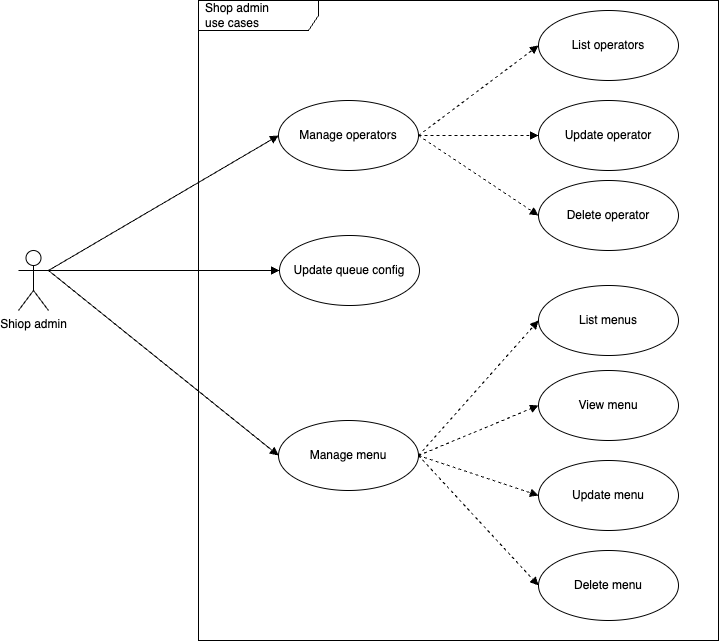
Earlier version of the draw.io export solution-design/use_cases_shop_admin.png (ngocthonguyen/digital_coffee). Source tidied: cells renumbered, new cells last; positions are measured from the earlier drawing's top-left corner, leaving out a move shared by most shapes. Its diagram source:
```xml
<mxGraphModel>
  <root>
    <mxCell id="0" />
    <mxCell id="1" parent="0" />
    <mxCell id="2" value="Shop admin&lt;br&gt;use cases" style="shape=umlFrame;whiteSpace=wrap;html=1;width=120;height=30;boundedLbl=1;verticalAlign=middle;align=left;spacingLeft=5;" parent="1" vertex="1">
      <mxGeometry x="180" width="520" height="640" as="geometry" />
    </mxCell>
    <mxCell id="3" value="Shiop admin" style="shape=umlActor;verticalLabelPosition=bottom;verticalAlign=top;html=1;outlineConnect=0;" parent="1" vertex="1">
      <mxGeometry y="250" width="30" height="60" as="geometry" />
    </mxCell>
    <mxCell id="4" value="Manage menu" style="ellipse;whiteSpace=wrap;html=1;" parent="1" vertex="1">
      <mxGeometry x="260" y="420" width="140" height="70" as="geometry" />
    </mxCell>
    <mxCell id="5" style="edgeStyle=orthogonalEdgeStyle;rounded=0;orthogonalLoop=1;jettySize=auto;html=1;exitX=0.5;exitY=1;exitDx=0;exitDy=0;" parent="1" edge="1" source="4" target="4">
      <mxGeometry relative="1" as="geometry" />
    </mxCell>
    <mxCell id="6" value="Manage operators" style="ellipse;whiteSpace=wrap;html=1;" parent="1" vertex="1">
      <mxGeometry x="260" y="100" width="140" height="70" as="geometry" />
    </mxCell>
    <mxCell id="7" value="Update queue config" style="ellipse;whiteSpace=wrap;html=1;" parent="1" vertex="1">
      <mxGeometry x="261" y="235" width="140" height="70" as="geometry" />
    </mxCell>
    <mxCell id="8" style="html=1;verticalAlign=bottom;labelBackgroundColor=none;endArrow=block;endFill=1;rounded=0;entryX=0;entryY=0.5;entryDx=0;entryDy=0;exitX=1;exitY=0.3333333333333333;exitDx=0;exitDy=0;exitPerimeter=0;" parent="1" edge="1" source="3" target="6">
      <mxGeometry relative="1" as="geometry" />
    </mxCell>
    <mxCell id="9" style="html=1;verticalAlign=bottom;labelBackgroundColor=none;endArrow=block;endFill=1;rounded=0;entryX=0;entryY=0.5;entryDx=0;entryDy=0;exitX=1;exitY=0.3333333333333333;exitDx=0;exitDy=0;exitPerimeter=0;" parent="1" edge="1" source="3" target="7">
      <mxGeometry relative="1" as="geometry" />
    </mxCell>
    <mxCell id="10" style="html=1;verticalAlign=bottom;labelBackgroundColor=none;endArrow=block;endFill=1;rounded=0;entryX=0;entryY=0.5;entryDx=0;entryDy=0;exitX=1;exitY=0.3333333333333333;exitDx=0;exitDy=0;exitPerimeter=0;" parent="1" edge="1" source="3" target="4">
      <mxGeometry relative="1" as="geometry" />
    </mxCell>
    <mxCell id="11" value="List operators" style="ellipse;whiteSpace=wrap;html=1;" parent="1" vertex="1">
      <mxGeometry x="520" y="10" width="140" height="70" as="geometry" />
    </mxCell>
    <mxCell id="12" value="Update operator&lt;span style=&quot;color: rgba(0, 0, 0, 0); font-family: monospace; font-size: 0px; text-align: start;&quot;&gt;%3CmxGraphModel%3E%3Croot%3E%3CmxCell%20id%3D%220%22%2F%3E%3CmxCell%20id%3D%221%22%20parent%3D%220%22%2F%3E%3CmxCell%20id%3D%222%22%20value%3D%22List%20operators%22%20style%3D%22ellipse%3BwhiteSpace%3Dwrap%3Bhtml%3D1%3B%22%20vertex%3D%221%22%20parent%3D%221%22%3E%3CmxGeometry%20x%3D%22580%22%20y%3D%2280%22%20width%3D%22140%22%20height%3D%2270%22%20as%3D%22geometry%22%2F%3E%3C%2FmxCell%3E%3C%2Froot%3E%3C%2FmxGraphModel%3E&lt;/span&gt;" style="ellipse;whiteSpace=wrap;html=1;" parent="1" vertex="1">
      <mxGeometry x="520" y="100" width="140" height="70" as="geometry" />
    </mxCell>
    <mxCell id="13" value="Delete&amp;nbsp;operator&lt;span style=&quot;color: rgba(0, 0, 0, 0); font-family: monospace; font-size: 0px; text-align: start;&quot;&gt;%3CmxGraphModel%3E%3Croot%3E%3CmxCell%20id%3D%220%22%2F%3E%3CmxCell%20id%3D%221%22%20parent%3D%220%22%2F%3E%3CmxCell%20id%3D%222%22%20value%3D%22List%20operators%22%20style%3D%22ellipse%3BwhiteSpace%3Dwrap%3Bhtml%3D1%3B%22%20vertex%3D%221%22%20parent%3D%221%22%3E%3CmxGeometry%20x%3D%22580%22%20y%3D%2280%22%20width%3D%22140%22%20height%3D%2270%22%20as%3D%22geometry%22%2F%3E%3C%2FmxCell%3E%3C%2Froot%3E%3C%2FmxGraphModel%3E&lt;/span&gt;" style="ellipse;whiteSpace=wrap;html=1;" parent="1" vertex="1">
      <mxGeometry x="520" y="180" width="140" height="70" as="geometry" />
    </mxCell>
    <mxCell id="14" style="html=1;verticalAlign=bottom;labelBackgroundColor=none;endArrow=block;endFill=1;dashed=1;rounded=0;exitX=1;exitY=0.5;exitDx=0;exitDy=0;entryX=0;entryY=0.5;entryDx=0;entryDy=0;" parent="1" edge="1" source="6" target="11">
      <mxGeometry relative="1" as="geometry" />
    </mxCell>
    <mxCell id="15" style="html=1;verticalAlign=bottom;labelBackgroundColor=none;endArrow=block;endFill=1;dashed=1;rounded=0;exitX=1;exitY=0.5;exitDx=0;exitDy=0;entryX=0;entryY=0.5;entryDx=0;entryDy=0;" parent="1" edge="1" source="6" target="12">
      <mxGeometry relative="1" as="geometry" />
    </mxCell>
    <mxCell id="16" style="html=1;verticalAlign=bottom;labelBackgroundColor=none;endArrow=block;endFill=1;dashed=1;rounded=0;exitX=1;exitY=0.5;exitDx=0;exitDy=0;entryX=0;entryY=0.5;entryDx=0;entryDy=0;" parent="1" edge="1" source="6" target="13">
      <mxGeometry relative="1" as="geometry" />
    </mxCell>
    <mxCell id="17" value="Delete menu" style="ellipse;whiteSpace=wrap;html=1;" parent="1" vertex="1">
      <mxGeometry x="520" y="550" width="140" height="70" as="geometry" />
    </mxCell>
    <mxCell id="18" value="Update menu" style="ellipse;whiteSpace=wrap;html=1;" parent="1" vertex="1">
      <mxGeometry x="520" y="460" width="140" height="70" as="geometry" />
    </mxCell>
    <mxCell id="19" value="View menu" style="ellipse;whiteSpace=wrap;html=1;" parent="1" vertex="1">
      <mxGeometry x="520" y="370" width="140" height="70" as="geometry" />
    </mxCell>
    <mxCell id="20" value="List menus" style="ellipse;whiteSpace=wrap;html=1;" parent="1" vertex="1">
      <mxGeometry x="520" y="285" width="140" height="70" as="geometry" />
    </mxCell>
    <mxCell id="21" style="html=1;verticalAlign=bottom;labelBackgroundColor=none;endArrow=block;endFill=1;dashed=1;rounded=0;entryX=0;entryY=0.5;entryDx=0;entryDy=0;exitX=1;exitY=0.5;exitDx=0;exitDy=0;" parent="1" edge="1" source="4" target="20">
      <mxGeometry relative="1" as="geometry" />
    </mxCell>
    <mxCell id="22" style="html=1;verticalAlign=bottom;labelBackgroundColor=none;endArrow=block;endFill=1;dashed=1;rounded=0;exitX=1;exitY=0.5;exitDx=0;exitDy=0;entryX=0;entryY=0.5;entryDx=0;entryDy=0;" parent="1" edge="1" source="4" target="19">
      <mxGeometry relative="1" as="geometry" />
    </mxCell>
    <mxCell id="23" style="html=1;verticalAlign=bottom;labelBackgroundColor=none;endArrow=block;endFill=1;dashed=1;rounded=0;entryX=0;entryY=0.5;entryDx=0;entryDy=0;exitX=1;exitY=0.5;exitDx=0;exitDy=0;" parent="1" edge="1" source="4" target="18">
      <mxGeometry relative="1" as="geometry" />
    </mxCell>
    <mxCell id="24" style="html=1;verticalAlign=bottom;labelBackgroundColor=none;endArrow=block;endFill=1;dashed=1;rounded=0;exitX=1;exitY=0.5;exitDx=0;exitDy=0;entryX=0;entryY=0.5;entryDx=0;entryDy=0;" parent="1" edge="1" source="4" target="17">
      <mxGeometry relative="1" as="geometry" />
    </mxCell>
  </root>
</mxGraphModel>
```
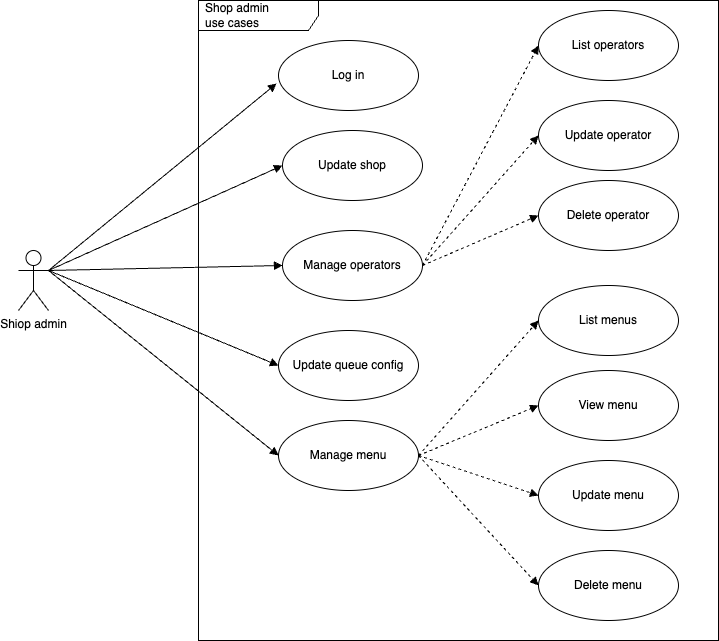
Above is the later version.

The edit, as a diff of the source:
```diff
@@ -15,10 +15,10 @@
       <mxGeometry relative="1" as="geometry" />
     </mxCell>
     <mxCell id="6" value="Manage operators" style="ellipse;whiteSpace=wrap;html=1;" parent="1" vertex="1">
-      <mxGeometry x="260" y="100" width="140" height="70" as="geometry" />
+      <mxGeometry x="264" y="230" width="140" height="70" as="geometry" />
     </mxCell>
     <mxCell id="7" value="Update queue config" style="ellipse;whiteSpace=wrap;html=1;" parent="1" vertex="1">
-      <mxGeometry x="261" y="235" width="140" height="70" as="geometry" />
+      <mxGeometry x="260" y="330" width="140" height="70" as="geometry" />
     </mxCell>
     <mxCell id="8" style="html=1;verticalAlign=bottom;labelBackgroundColor=none;endArrow=block;endFill=1;rounded=0;entryX=0;entryY=0.5;entryDx=0;entryDy=0;exitX=1;exitY=0.3333333333333333;exitDx=0;exitDy=0;exitPerimeter=0;" parent="1" edge="1" source="3" target="6">
       <mxGeometry relative="1" as="geometry" />
@@ -71,5 +71,17 @@
     <mxCell id="24" style="html=1;verticalAlign=bottom;labelBackgroundColor=none;endArrow=block;endFill=1;dashed=1;rounded=0;exitX=1;exitY=0.5;exitDx=0;exitDy=0;entryX=0;entryY=0.5;entryDx=0;entryDy=0;" parent="1" edge="1" source="4" target="17">
       <mxGeometry relative="1" as="geometry" />
     </mxCell>
+    <mxCell id="25" value="Update shop" style="ellipse;whiteSpace=wrap;html=1;" parent="1" vertex="1">
+      <mxGeometry x="264" y="130" width="140" height="70" as="geometry" />
+    </mxCell>
+    <mxCell id="26" value="Log in" style="ellipse;whiteSpace=wrap;html=1;" parent="1" vertex="1">
+      <mxGeometry x="260" y="40" width="140" height="70" as="geometry" />
+    </mxCell>
+    <mxCell id="27" style="html=1;verticalAlign=bottom;labelBackgroundColor=none;endArrow=block;endFill=1;rounded=0;entryX=0;entryY=0.5;entryDx=0;entryDy=0;exitX=1;exitY=0.3333333333333333;exitDx=0;exitDy=0;exitPerimeter=0;" parent="1" edge="1" source="3" target="25">
+      <mxGeometry relative="1" as="geometry" />
+    </mxCell>
+    <mxCell id="28" style="html=1;verticalAlign=bottom;labelBackgroundColor=none;endArrow=block;endFill=1;rounded=0;entryX=-0.014;entryY=0.614;entryDx=0;entryDy=0;exitX=1;exitY=0.3333333333333333;exitDx=0;exitDy=0;exitPerimeter=0;entryPerimeter=0;" parent="1" edge="1" source="3" target="26">
+      <mxGeometry relative="1" as="geometry" />
+    </mxCell>
   </root>
 </mxGraphModel>
```
